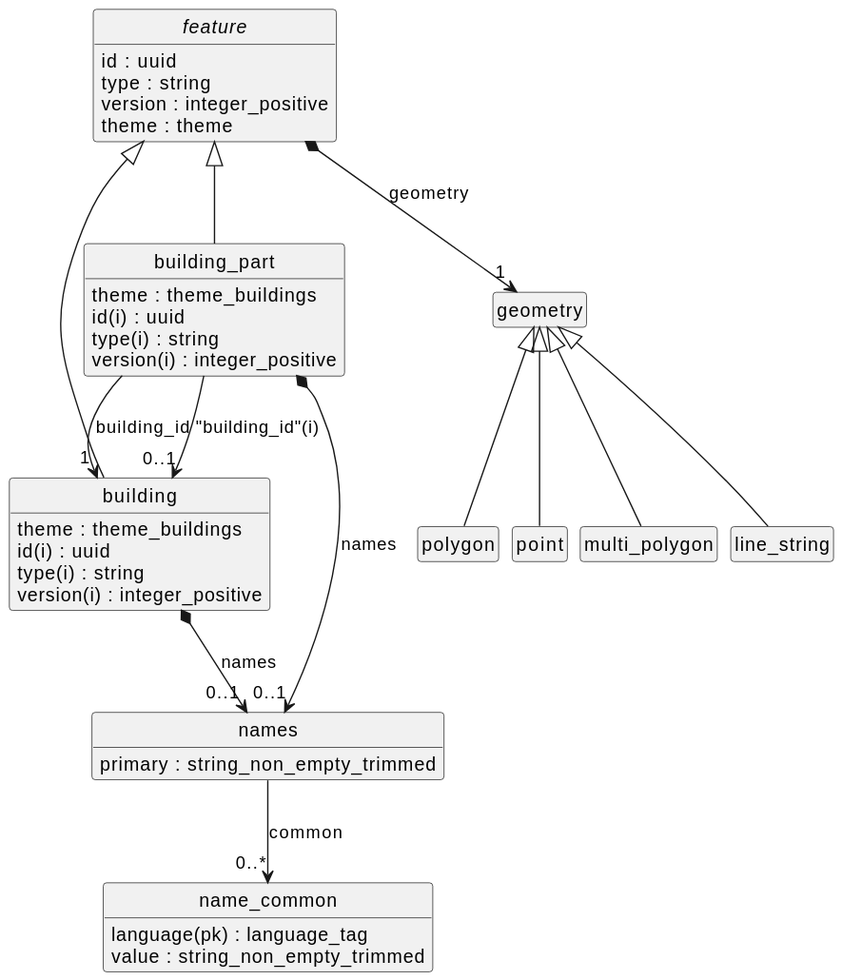
Earlier version of the PlantUML export plantuml.svg (vcschapp/overture-schema-linkml). Its diagram source:
```plantuml
@startuml
skinparam nodesep 10
hide circle
hide empty members
class "names" [[{None}]] {
    {field} primary : string_non_empty_trimmed
}
class "name_common" [[{None}]] {
    {field} language(pk) : language_tag
    {field} value : string_non_empty_trimmed
}
class "building" [[{None}]] {
    {field} theme : theme_buildings
    {field} id(i) : uuid
    {field} type(i) : string
    {field} version(i) : integer_positive
}
class "building_part" [[{None}]] {
    {field} theme : theme_buildings
    {field} id(i) : uuid
    {field} type(i) : string
    {field} version(i) : integer_positive
}
"names" --> "0..*" "name_common" : "common"
"building" *--> "0..1" "names" : "names"
"building_part" *--> "0..1" "names" : "names"
abstract "feature" [[{None}]] {
    {field} id : uuid
    {field} type : string
    {field} version : integer_positive
    {field} theme : theme
}
class "geometry" [[{None}]] {

}
class "polygon" [[{None}]] {

}
class "point" [[{None}]] {

}
class "multi_polygon" [[{None}]] {

}
class "line_string" [[{None}]] {

}
"feature" *--> "1" "geometry" : "geometry"
"geometry" ^-- "polygon"
"geometry" ^-- "point"
"geometry" ^-- "multi_polygon"
"geometry" ^-- "line_string"
"feature" ^-- "building_part"
"feature" ^-- "building"
"building_part" --> "1" "building" : "building_id"
"building_part" --> "0..1" "building" : "building_id"(i)
@enduml
```
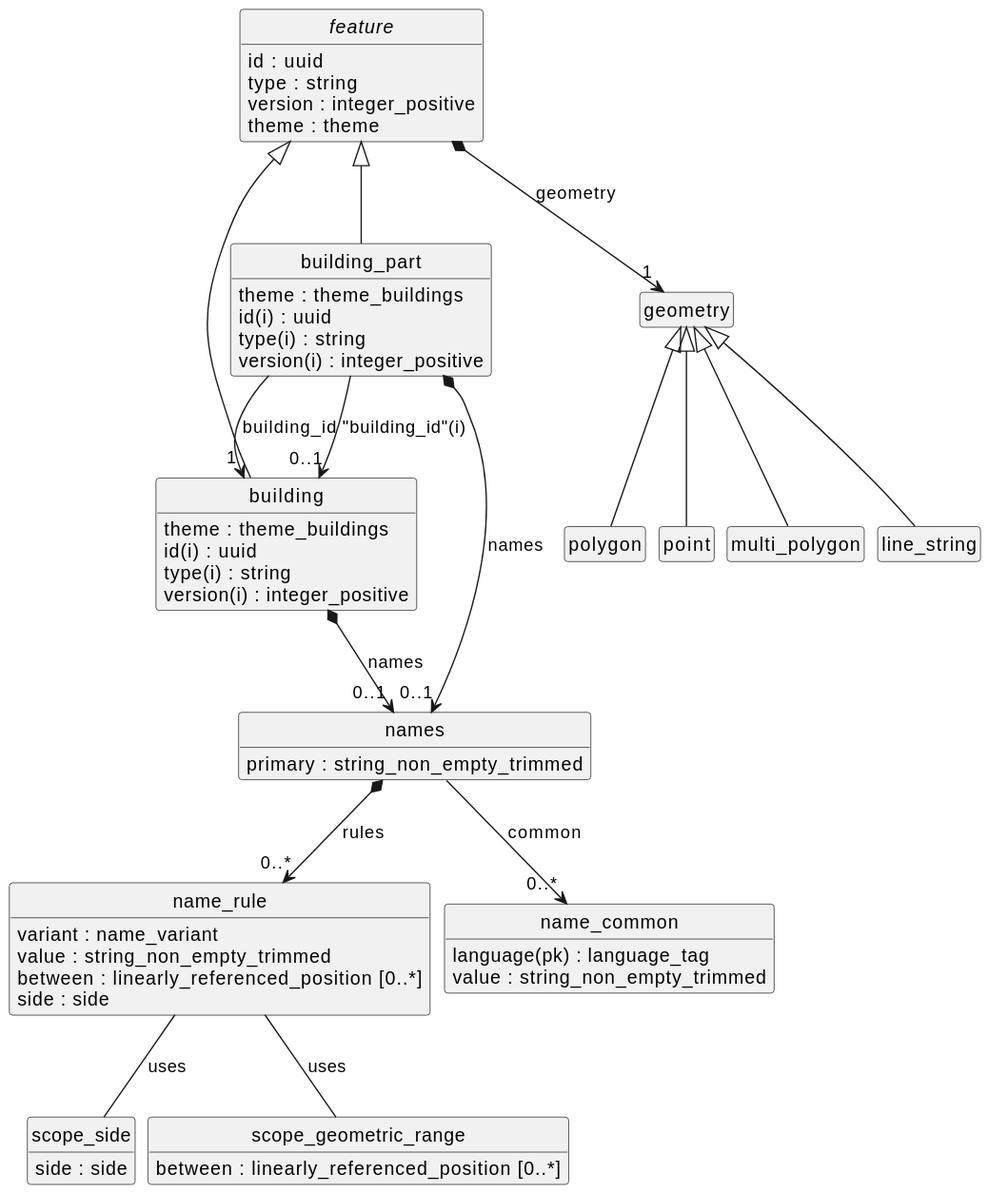
The same diagram one commit later.

Commit message:
Complete name rules (minus perspectives)

This change does not include the proposed schema support for disputed
names: https://github.com/OvertureMaps/schema/pull/319

One issue I discovered during this commit: LinkML's JSON Schema
generator gets confused by indirection. I filed bug #2666 to the LinkML
repo for this: https://github.com/linkml/linkml/issues/2666

What changed in the source:
```diff
@@ -2,6 +2,20 @@
 skinparam nodesep 10
 hide circle
 hide empty members
+class "name_rule" [[{None}]] {
+    {field} variant : name_variant
+    {field} value : string_non_empty_trimmed
+    {field} between : linearly_referenced_position  [0..*]
+    {field} side : side
+}
+class "scope_side" [[{Establishes a scope that applies only to the left or right-hand side, relative to an orientation, e.g. a name that applies only to the left side of a road segment when facing in the direction of the segment orientation.}]] {
+    {field} side : side
+}
+"name_rule" -- "scope_side"  : uses
+class "scope_geometric_range" [[{Establishes a scope that applies only between two positions along a linear path. Enables range-based linear referencing.}]] {
+    {field} between : linearly_referenced_position  [0..*]
+}
+"name_rule" -- "scope_geometric_range"  : uses
 class "names" [[{None}]] {
     {field} primary : string_non_empty_trimmed
 }
@@ -21,6 +35,7 @@
     {field} type(i) : string
     {field} version(i) : integer_positive
 }
+"names" *--> "0..*" "name_rule" : "rules"
 "names" --> "0..*" "name_common" : "common"
 "building" *--> "0..1" "names" : "names"
 "building_part" *--> "0..1" "names" : "names"
```
